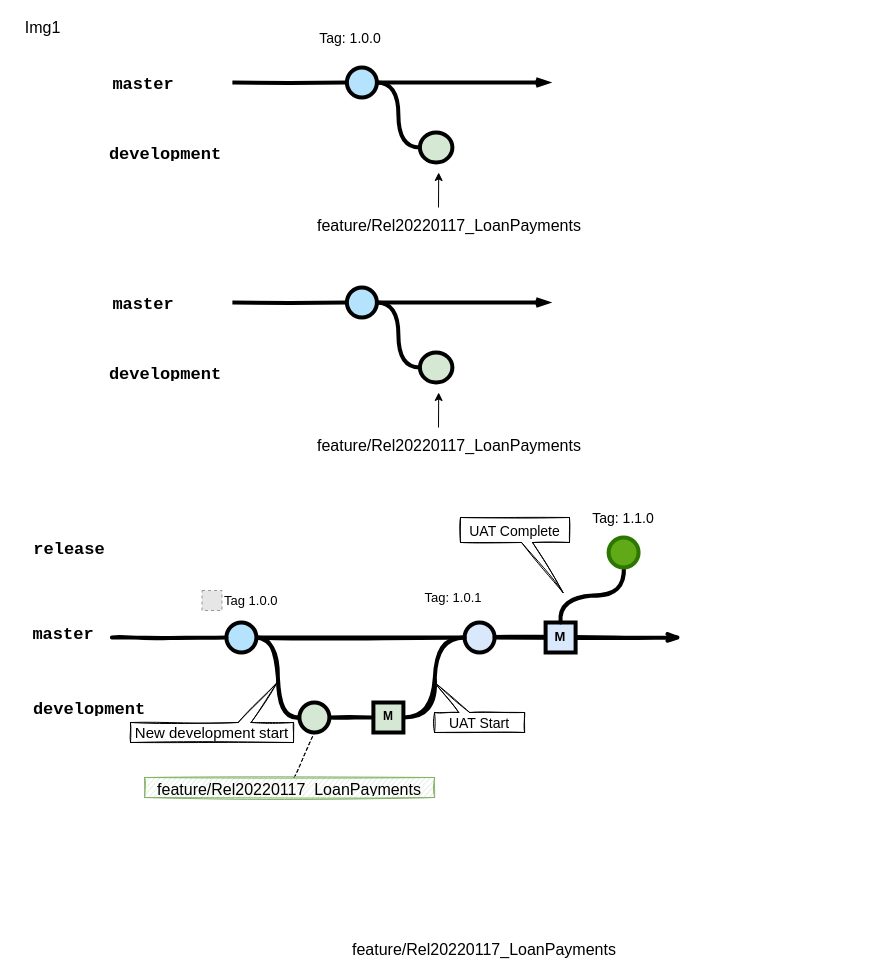
Before: page "Page-2" (2 of 2) of Branching_Diagram1.drawio in berdem/Tahta, a draw.io diagram. Source tidied: cells renumbered, new cells numbered last; positions are measured from the earlier drawing's top-left corner, leaving out a move shared by most shapes. Both pictures are drawn from the tidied source at 100%, with x=0, y=0 at pixel (17, 17). Pictures stored in the file or linked from it are replaced by grey dashed boxes.
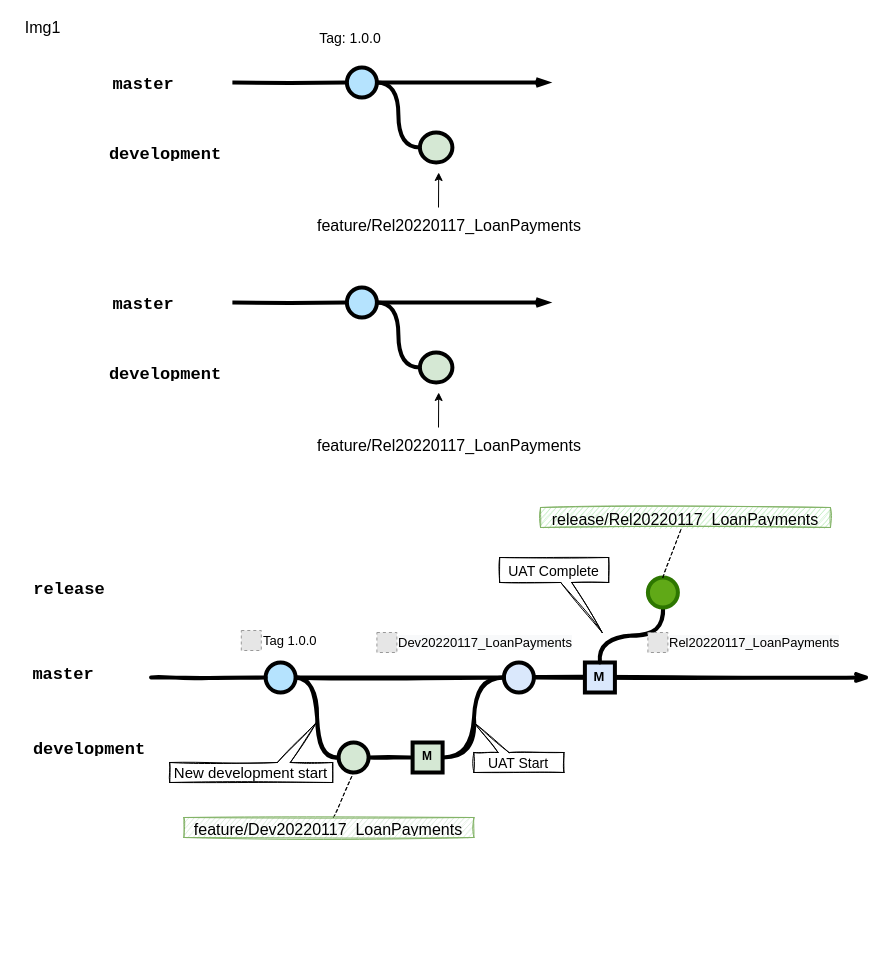
Above is the later version.

The edit, as a diff of the source:
```diff
@@
     <mxCell id="22" style="edgeStyle=orthogonalEdgeStyle;rounded=0;html=1;jettySize=auto;plain-blue;endArrow=none;endFill=0;strokeWidth=4;strokeColor=#000000;sketch=1;" parent="1" edge="1" source="24" target="26">
-      <mxGeometry x="1065.9" y="650" as="geometry" />
+      <mxGeometry x="1105.1" y="690" as="geometry" />
     </mxCell>
@@
     <mxCell id="24" style="verticalLabelPosition=bottom;verticalAlign=top;html=1;strokeWidth=4;shape=mxgraph.flowchart.on-page_reference;plain-blue;gradientColor=none;fillColor=#B5E3Fe;strokeColor=#000000;" parent="1" vertex="1">
-      <mxGeometry x="208.9" y="605" width="30" height="30" as="geometry" />
+      <mxGeometry x="248.1" y="645" width="30" height="30" as="geometry" />
     </mxCell>
     <mxCell id="25" style="edgeStyle=orthogonalEdgeStyle;curved=1;rounded=0;jettySize=auto;html=1;endArrow=none;endFill=0;strokeWidth=4;fontFamily=Courier New;fontSize=16;" parent="1" edge="1" source="26">
       <mxGeometry relative="1" as="geometry">
-        <mxPoint x="528.1" y="620" as="targetPoint" />
+        <mxPoint x="567.4" y="660" as="targetPoint" />
       </mxGeometry>
     </mxCell>
     <mxCell id="26" style="verticalLabelPosition=bottom;verticalAlign=top;html=1;strokeWidth=4;shape=mxgraph.flowchart.on-page_reference;plain-blue;gradientColor=none;strokeColor=#000000;" parent="1" vertex="1">
-      <mxGeometry x="447.1" y="605" width="30" height="30" as="geometry" />
+      <mxGeometry x="486.4" y="645" width="30" height="30" as="geometry" />
     </mxCell>
     <mxCell id="27" style="edgeStyle=orthogonalEdgeStyle;curved=1;rounded=0;orthogonalLoop=1;jettySize=auto;html=1;endArrow=openThin;endFill=0;strokeWidth=4;fontFamily=Courier New;fontSize=16;startArrow=none;startFill=0;sketch=1;" parent="1" edge="1">
       <mxGeometry relative="1" as="geometry">
-        <mxPoint x="477.1" y="619.5" as="sourcePoint" />
-        <mxPoint x="664.4" y="620" as="targetPoint" />
+        <mxPoint x="516.4" y="659.5" as="sourcePoint" />
+        <mxPoint x="853" y="660" as="targetPoint" />
         <Array as="points">
-          <mxPoint x="614.4" y="620" />
-          <mxPoint x="614.4" y="620" />
+          <mxPoint x="653.6" y="660" />
+          <mxPoint x="653.6" y="660" />
         </Array>
       </mxGeometry>
     </mxCell>
     <mxCell id="28" style="edgeStyle=orthogonalEdgeStyle;rounded=0;html=1;jettySize=auto;strokeWidth=4;endArrow=none;endFill=0;sketch=1;" parent="1" edge="1" target="24">
-      <mxGeometry x="965.9" y="650" as="geometry">
-        <mxPoint x="94.4" y="620" as="sourcePoint" />
+      <mxGeometry x="1005.1" y="690" as="geometry">
+        <mxPoint x="133.6" y="660" as="sourcePoint" />
       </mxGeometry>
     </mxCell>
     <mxCell id="29" style="edgeStyle=orthogonalEdgeStyle;curved=1;rounded=0;html=1;exitX=1;exitY=0.5;exitPerimeter=0;entryX=0;entryY=0.5;entryPerimeter=0;endArrow=none;endFill=0;jettySize=auto;strokeWidth=4;fontSize=15;sketch=1;" parent="1" edge="1" source="30">
       <mxGeometry relative="1" as="geometry">
-        <mxPoint x="353.9" y="700" as="targetPoint" />
+        <mxPoint x="393.1" y="740" as="targetPoint" />
       </mxGeometry>
     </mxCell>
     <mxCell id="30" style="verticalLabelPosition=bottom;verticalAlign=top;html=1;strokeWidth=4;shape=mxgraph.flowchart.on-page_reference;plain-purple;gradientColor=none;strokeColor=#000000;fillColor=#D5E8D4;" parent="1" vertex="1">
-      <mxGeometry x="281.9" y="685" width="30" height="30" as="geometry" />
+      <mxGeometry x="321.1" y="725" width="30" height="30" as="geometry" />
     </mxCell>
     <mxCell id="31" style="edgeStyle=orthogonalEdgeStyle;curved=1;rounded=0;html=1;entryX=0;entryY=0.5;entryPerimeter=0;endArrow=none;endFill=0;jettySize=auto;strokeWidth=4;fontSize=15;sketch=1;" parent="1" edge="1" target="26">
       <mxGeometry relative="1" as="geometry">
-        <mxPoint x="386.4" y="700" as="sourcePoint" />
+        <mxPoint x="425.6" y="740" as="sourcePoint" />
       </mxGeometry>
     </mxCell>
     <mxCell id="32" value="&lt;b&gt;M&lt;/b&gt;" style="whiteSpace=wrap;html=1;verticalAlign=top;fillColor=#D5E8D4;strokeColor=#000000;strokeWidth=4;gradientColor=none;" parent="1" vertex="1">
-      <mxGeometry x="355.9" y="685" width="30" height="30" as="geometry" />
+      <mxGeometry x="395.1" y="725" width="30" height="30" as="geometry" />
     </mxCell>
     <mxCell id="33" value="&lt;div&gt;&lt;b&gt;&lt;font style=&quot;font-size: 13px&quot;&gt;M&lt;/font&gt;&lt;/b&gt;&lt;/div&gt;" style="whiteSpace=wrap;html=1;verticalAlign=top;fillColor=#DAE8FC;strokeColor=#000000;strokeWidth=4;gradientColor=none;align=center;" parent="1" vertex="1">
-      <mxGeometry x="528.1" y="605" width="30" height="30" as="geometry" />
+      <mxGeometry x="567.4" y="645" width="30" height="30" as="geometry" />
     </mxCell>
     <mxCell id="34" style="edgeStyle=orthogonalEdgeStyle;curved=1;rounded=0;jettySize=auto;html=1;endArrow=none;endFill=0;strokeWidth=4;fontFamily=Courier New;fontSize=16;exitX=0.5;exitY=0;exitDx=0;exitDy=0;sketch=1;" parent="1" edge="1" source="33">
       <mxGeometry relative="1" as="geometry">
-        <mxPoint x="606.4" y="550" as="targetPoint" />
+        <mxPoint x="645.6" y="590" as="targetPoint" />
       </mxGeometry>
     </mxCell>
     <mxCell id="35" style="verticalLabelPosition=bottom;verticalAlign=top;html=1;strokeWidth=4;shape=mxgraph.flowchart.on-page_reference;strokeColor=#2D7600;fillColor=#60a917;fontColor=#ffffff;" parent="1" vertex="1">
-      <mxGeometry x="591.1" y="520" width="30" height="30" as="geometry" />
+      <mxGeometry x="630.4" y="560" width="30" height="30" as="geometry" />
     </mxCell>
-    <mxCell id="36" value="Tag: 1.1.0" style="text;html=1;strokeColor=none;fillColor=none;align=center;verticalAlign=middle;whiteSpace=wrap;overflow=hidden;fontSize=14;" parent="1" vertex="1">
-      <mxGeometry x="571.1" y="490" width="70" height="20" as="geometry" />
-    </mxCell>
     <mxCell id="37" value="&lt;font style=&quot;font-size: 17px&quot;&gt;master&lt;/font&gt;" style="text;html=1;strokeColor=none;fillColor=none;align=center;verticalAlign=middle;whiteSpace=wrap;overflow=hidden;fontSize=14;fontStyle=1;fontFamily=Courier New;" parent="1" vertex="1">
-      <mxGeometry x="11.4" y="605" width="70" height="20" as="geometry" />
+      <mxGeometry x="11.4" y="645" width="70" height="20" as="geometry" />
     </mxCell>
     <mxCell id="38" value="&lt;font style=&quot;font-size: 17px&quot;&gt;development&lt;/font&gt;" style="text;html=1;strokeColor=none;fillColor=none;align=center;verticalAlign=middle;whiteSpace=wrap;overflow=hidden;fontSize=14;fontStyle=1;fontFamily=Courier New;" parent="1" vertex="1">
-      <mxGeometry x="11.4" y="680" width="121.6" height="20" as="geometry" />
+      <mxGeometry x="11.4" y="720" width="121.6" height="20" as="geometry" />
     </mxCell>
     <mxCell id="39" value="&lt;font style=&quot;font-size: 17px&quot;&gt;release&lt;/font&gt;" style="text;html=1;strokeColor=none;fillColor=none;align=center;verticalAlign=middle;whiteSpace=wrap;overflow=hidden;fontSize=14;fontStyle=1;fontFamily=Courier New;" parent="1" vertex="1">
-      <mxGeometry x="11.4" y="520" width="81.6" height="20" as="geometry" />
+      <mxGeometry x="11.4" y="560" width="81.6" height="20" as="geometry" />
     </mxCell>
     <mxCell id="40" value="&lt;font style=&quot;font-size: 15px&quot;&gt;New development start&lt;/font&gt;" style="shape=callout;whiteSpace=wrap;html=1;perimeter=calloutPerimeter;fontSize=16;position2=0.1;rotation=0;base=13;size=40;position=0.26;rounded=0;shadow=0;sketch=1;direction=west;" parent="1" vertex="1">
-      <mxGeometry x="113" y="665" width="163" height="60" as="geometry" />
+      <mxGeometry x="152.2" y="705" width="163" height="60" as="geometry" />
     </mxCell>
     <mxCell id="41" value="&lt;font style=&quot;font-size: 14px&quot;&gt;UAT Start&lt;/font&gt;" style="shape=callout;whiteSpace=wrap;html=1;perimeter=calloutPerimeter;fontSize=16;position2=1;rotation=0;base=11;size=30;position=0.61;rounded=0;shadow=0;sketch=1;direction=west;arcSize=15;" parent="1" vertex="1">
-      <mxGeometry x="417.1" y="665" width="90" height="50" as="geometry" />
+      <mxGeometry x="456.4" y="705" width="90" height="50" as="geometry" />
     </mxCell>
     <mxCell id="42" value="&lt;font style=&quot;font-size: 14px&quot;&gt;UAT Complete&lt;/font&gt;" style="shape=callout;whiteSpace=wrap;html=1;perimeter=calloutPerimeter;fontSize=16;position2=0.94;rotation=0;base=11;size=50;position=0.56;rounded=0;shadow=0;sketch=1;direction=east;arcSize=15;" parent="1" vertex="1">
-      <mxGeometry x="443" y="500" width="109" height="75" as="geometry" />
+      <mxGeometry x="482.2" y="540" width="109" height="75" as="geometry" />
     </mxCell>
-    <mxCell id="43" value="Tag: 1.0.1" style="text;html=1;strokeColor=none;fillColor=none;align=center;verticalAlign=middle;whiteSpace=wrap;overflow=hidden;fontSize=13;" parent="1" vertex="1">
-      <mxGeometry x="400.6" y="570" width="70" height="20" as="geometry" />
-    </mxCell>
-    <mxCell id="44" value="&lt;span style=&quot;text-align: center&quot;&gt;&lt;font style=&quot;font-size: 16px&quot;&gt;feature/Rel20220117_LoanPayments&lt;/font&gt;&lt;br&gt;&lt;/span&gt;" style="text;html=1;strokeColor=none;fillColor=none;align=left;verticalAlign=middle;whiteSpace=wrap;overflow=hidden;fontSize=12;fontStyle=0;fontColor=#000000;" parent="1" vertex="1">
-      <mxGeometry x="333" y="920" width="274.7" height="24" as="geometry" />
-    </mxCell>
@@
-    <mxCell id="46" value="&lt;span style=&quot;font-size: 16px&quot;&gt;feature/Rel20220117_LoanPayments&lt;/span&gt;" style="text;html=1;strokeColor=#82b366;fillColor=#d5e8d4;align=center;verticalAlign=middle;whiteSpace=wrap;overflow=hidden;rounded=0;shadow=0;sketch=1;fontSize=15;" parent="1" vertex="1">
-      <mxGeometry x="127.1" y="760" width="290" height="20" as="geometry" />
+    <mxCell id="46" value="&lt;span style=&quot;font-size: 16px&quot;&gt;feature/Dev20220117_LoanPayments&lt;/span&gt;" style="text;html=1;strokeColor=#82b366;fillColor=#d5e8d4;align=center;verticalAlign=middle;whiteSpace=wrap;overflow=hidden;rounded=0;shadow=0;sketch=1;fontSize=15;" parent="1" vertex="1">
+      <mxGeometry x="166.4" y="800" width="290" height="20" as="geometry" />
     </mxCell>
     <mxCell id="47" value="Tag 1.0.0" style="fillColor=#E6E6E6;strokeColor=#999999;dashed=1;html=1;verticalAlign=middle;verticalLabelPosition=middle;labelBackgroundColor=#ffffff;fontSize=13;rotation=0;labelPosition=right;align=left;" parent="1" vertex="1">
-      <mxGeometry x="184.5" y="573" width="20" height="20" as="geometry" />
+      <mxGeometry x="223.8" y="613" width="20" height="20" as="geometry" />
     </mxCell>
+    <mxCell id="48" value="&lt;span style=&quot;text-align: center ; background-color: rgb(248 , 249 , 250)&quot;&gt;Dev20220117_LoanPayments&lt;/span&gt;" style="fillColor=#E6E6E6;strokeColor=#999999;dashed=1;html=1;verticalAlign=middle;verticalLabelPosition=middle;labelBackgroundColor=#ffffff;fontSize=13;rotation=0;labelPosition=right;align=left;" parent="1" vertex="1">
+      <mxGeometry x="359.4" y="615" width="20" height="20" as="geometry" />
+    </mxCell>
+    <mxCell id="49" value="&lt;span style=&quot;text-align: center ; background-color: rgb(248 , 249 , 250)&quot;&gt;Rel20220117_LoanPayments&lt;/span&gt;" style="fillColor=#E6E6E6;strokeColor=#999999;dashed=1;html=1;verticalAlign=middle;verticalLabelPosition=middle;labelBackgroundColor=#ffffff;fontSize=13;rotation=0;labelPosition=right;align=left;" parent="1" vertex="1">
+      <mxGeometry x="630.4" y="615" width="20" height="20" as="geometry" />
+    </mxCell>
+    <mxCell id="50" value="&lt;span style=&quot;font-size: 16px&quot;&gt;release/Rel20220117_LoanPayments&lt;/span&gt;" style="text;html=1;strokeColor=#82b366;fillColor=#B3E8B3;align=center;verticalAlign=middle;whiteSpace=wrap;overflow=hidden;rounded=0;shadow=0;sketch=1;fontSize=15;" parent="1" vertex="1">
+      <mxGeometry x="523" y="490" width="290" height="20" as="geometry" />
+    </mxCell>
+    <mxCell id="51" style="rounded=0;sketch=1;jettySize=auto;html=1;fontSize=15;endArrow=none;endFill=0;dashed=1;exitX=0.5;exitY=0;exitDx=0;exitDy=0;exitPerimeter=0;" parent="1" edge="1" source="35" target="50">
+      <mxGeometry relative="1" as="geometry" />
+    </mxCell>
```
